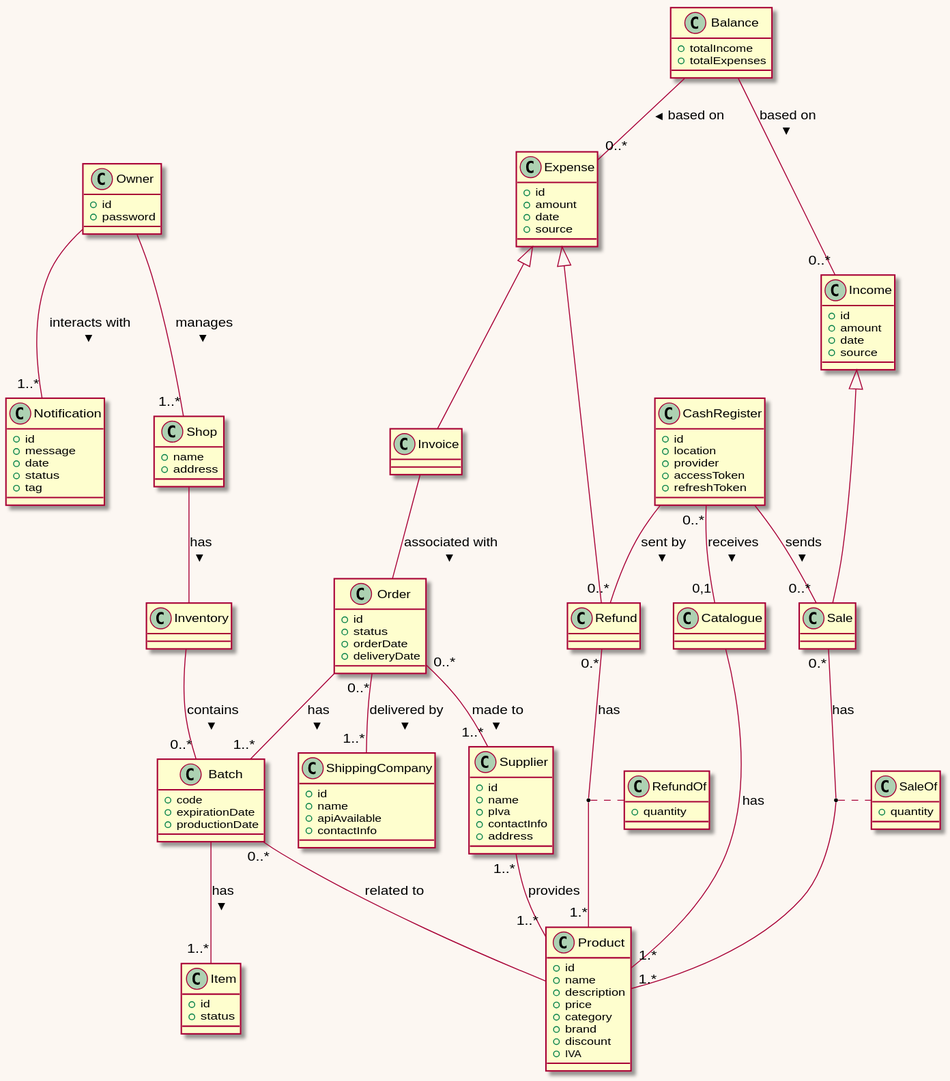
Above: res/plantuml/glossaryDiagram.svg in Giuseppeclv008/Project (PlantUML), before the change.
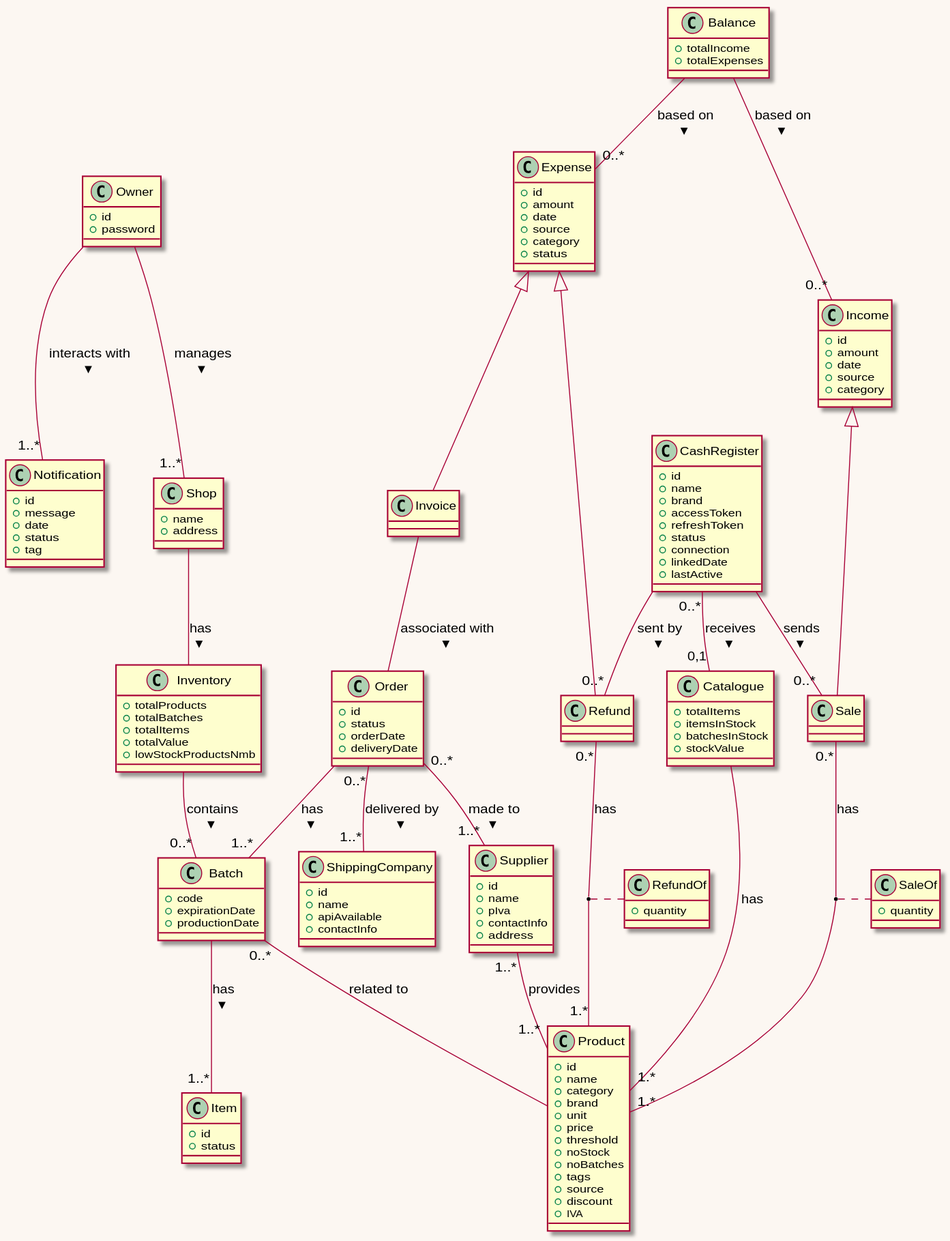
Above is the later version.

Commit message:
feat: extended list of attributes for many classes

Diff of the diagram source:
```diff
@@ -10,10 +10,15 @@
 class Product {
     + id
     + name
-    + description
-    + price
     + category
     + brand
+    + unit
+    + price
+    + threshold
+    + noStock
+    + noBatches
+    + tags
+    + source
     + discount
     + IVA
 }
@@ -36,9 +41,18 @@
 }
 
 class Catalogue {
+    + totalItems
+    + itemsInStock
+    + batchesInStock
+    + stockValue
 }
 
 class Inventory {
+    + totalProducts
+    + totalBatches
+    + totalItems
+    + totalValue
+    + lowStockProductsNmb
 }
 
 class Supplier {
@@ -64,6 +78,7 @@
     + amount
     + date
     + source
+    + category
 }
 
 class Expense {
@@ -71,6 +86,8 @@
     + amount
     + date
     + source
+    + category
+    + status
 }
 
 class Balance {
@@ -85,10 +102,14 @@
 
 class CashRegister {
     + id
-    + location
-    + provider
+    + name
+    + brand
     + accessToken
     + refreshToken
+    + status
+    + connection
+    + linkedDate
+    + lastActive
 }
 
 class ShippingCompany {
```
